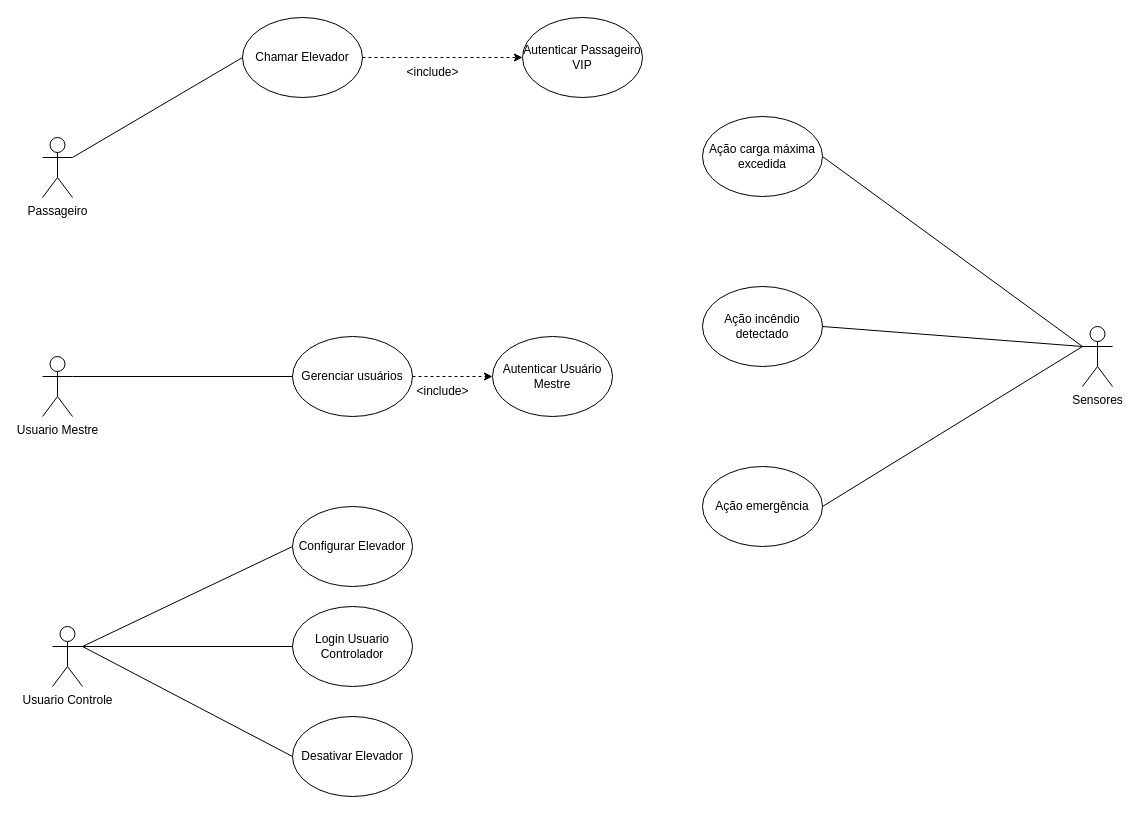
Before: Diagrama Casos de Uso.drawio in LucasAlmeida04/Projeto-Sistema-Elevadores, a draw.io diagram. Source tidied: cells renumbered, new cells numbered last; positions are measured from the earlier drawing's top-left corner, leaving out a move shared by most shapes. Both pictures are drawn from the tidied source at 100%, with x=0, y=0 at pixel (42, 17).
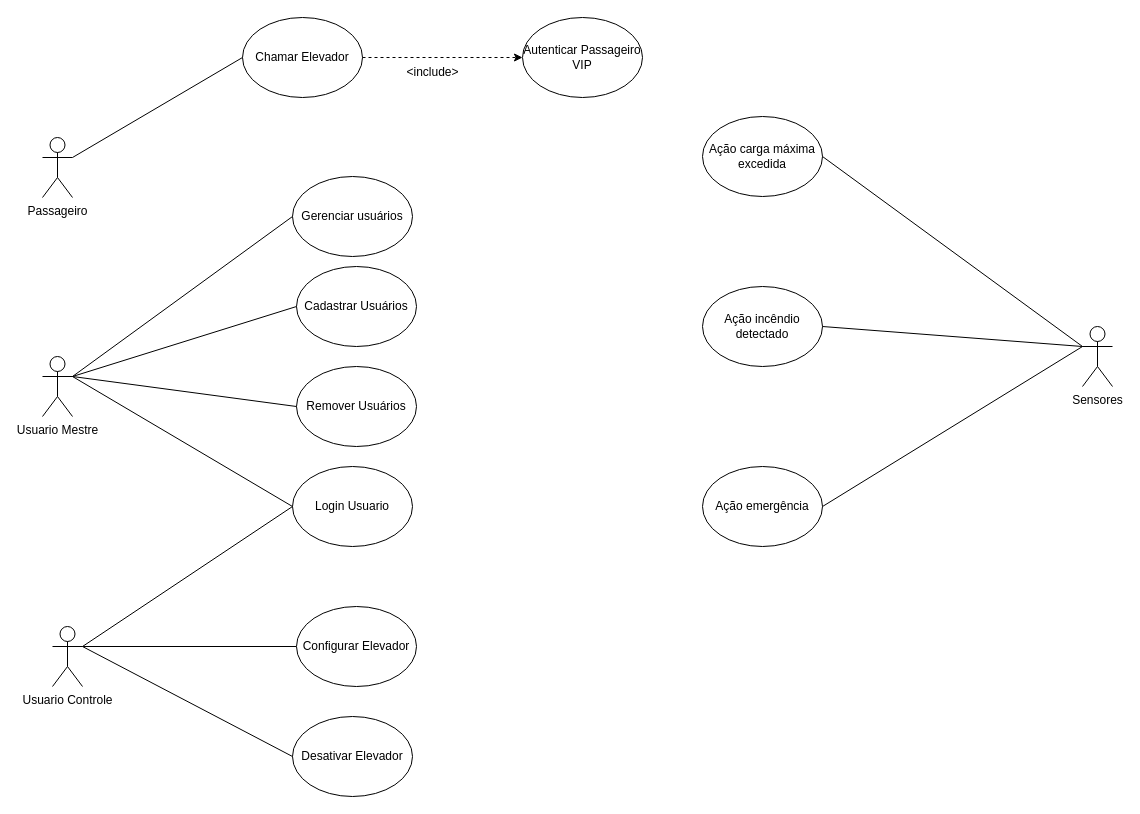
After the change.

The change refers to these unchanged cells:
```xml
<mxCell id="4" value="Usuario Controle" style="shape=umlActor;verticalLabelPosition=bottom;verticalAlign=top;html=1;outlineConnect=0;" parent="1" vertex="1">
  <mxGeometry x="10" y="609" width="30" height="60" as="geometry" />
</mxCell>
```

What changed in the source:
```diff
@@
-    <mxCell id="7" value="Configurar Elevador" style="ellipse;whiteSpace=wrap;html=1;" parent="1" vertex="1">
-      <mxGeometry x="250" y="489" width="120" height="80" as="geometry" />
-    </mxCell>
@@
-    <mxCell id="15" style="endArrow=none;html=1;rounded=0;entryX=0;entryY=0.5;entryDx=0;entryDy=0;exitX=1;exitY=0.3333333333333333;exitDx=0;exitDy=0;exitPerimeter=0;" parent="1" edge="1" source="4" target="7">
+    <mxCell id="15" style="endArrow=none;html=1;rounded=0;entryX=0;entryY=0.5;entryDx=0;entryDy=0;exitX=1;exitY=0.3333333333333333;exitDx=0;exitDy=0;exitPerimeter=0;" parent="1" edge="1" source="4" target="28">
       <mxGeometry relative="1" as="geometry" />
     </mxCell>
@@
     <mxCell id="18" value="Gerenciar usuários" style="ellipse;whiteSpace=wrap;html=1;" parent="1" vertex="1">
-      <mxGeometry x="250" y="319" width="120" height="80" as="geometry" />
+      <mxGeometry x="250" y="159" width="120" height="80" as="geometry" />
     </mxCell>
@@
-    <mxCell id="23" value="Login Usuario Controlador" style="ellipse;whiteSpace=wrap;html=1;" parent="1" vertex="1">
-      <mxGeometry x="250" y="589" width="120" height="80" as="geometry" />
-    </mxCell>
-    <mxCell id="24" style="endArrow=none;html=1;rounded=0;entryX=0;entryY=0.5;entryDx=0;entryDy=0;" parent="1" edge="1" target="23">
+    <mxCell id="24" style="endArrow=none;html=1;rounded=0;entryX=0;entryY=0.5;entryDx=0;entryDy=0;" parent="1" edge="1" target="7">
       <mxGeometry relative="1" as="geometry">
         <mxPoint x="40" y="629" as="sourcePoint" />
       </mxGeometry>
     </mxCell>
-    <mxCell id="25" value="Autenticar Usuário Mestre" style="ellipse;whiteSpace=wrap;html=1;" parent="1" vertex="1">
-      <mxGeometry x="450" y="319" width="120" height="80" as="geometry" />
-    </mxCell>
-    <mxCell id="26" style="endArrow=classic;html=1;rounded=0;exitX=1;exitY=0.5;exitDx=0;exitDy=0;entryX=0;entryY=0.5;entryDx=0;entryDy=0;dashed=1;" parent="1" edge="1" source="18" target="25">
-      <mxGeometry relative="1" as="geometry" />
-    </mxCell>
-    <mxCell id="27" value="&amp;lt;include&amp;gt;" style="text;html=1;align=center;verticalAlign=middle;strokeColor=none;fillColor=none;" parent="1" vertex="1">
-      <mxGeometry x="360" y="359" width="80" height="30" as="geometry" />
-    </mxCell>
+    <mxCell id="28" value="Login Usuario" style="ellipse;whiteSpace=wrap;html=1;" parent="1" vertex="1">
+      <mxGeometry x="250" y="449" width="120" height="80" as="geometry" />
+    </mxCell>
+    <mxCell id="7" value="Configurar Elevador" style="ellipse;whiteSpace=wrap;html=1;" parent="1" vertex="1">
+      <mxGeometry x="254" y="589" width="120" height="80" as="geometry" />
+    </mxCell>
+    <mxCell id="29" style="endArrow=none;html=1;rounded=0;entryX=0;entryY=0.5;entryDx=0;entryDy=0;" parent="1" edge="1" target="28">
+      <mxGeometry relative="1" as="geometry">
+        <mxPoint x="30" y="359" as="sourcePoint" />
+      </mxGeometry>
+    </mxCell>
+    <mxCell id="30" value="Cadastrar Usuários" style="ellipse;whiteSpace=wrap;html=1;" parent="1" vertex="1">
+      <mxGeometry x="254" y="249" width="120" height="80" as="geometry" />
+    </mxCell>
+    <mxCell id="31" style="endArrow=none;html=1;rounded=0;entryX=0;entryY=0.5;entryDx=0;entryDy=0;" parent="1" edge="1" target="30">
+      <mxGeometry relative="1" as="geometry">
+        <mxPoint x="30" y="359" as="sourcePoint" />
+      </mxGeometry>
+    </mxCell>
+    <mxCell id="32" value="Remover Usuários" style="ellipse;whiteSpace=wrap;html=1;" parent="1" vertex="1">
+      <mxGeometry x="254" y="349" width="120" height="80" as="geometry" />
+    </mxCell>
+    <mxCell id="33" style="endArrow=none;html=1;rounded=0;entryX=0;entryY=0.5;entryDx=0;entryDy=0;" parent="1" edge="1" target="32">
+      <mxGeometry relative="1" as="geometry">
+        <mxPoint x="30" y="359" as="sourcePoint" />
+      </mxGeometry>
+    </mxCell>
```
